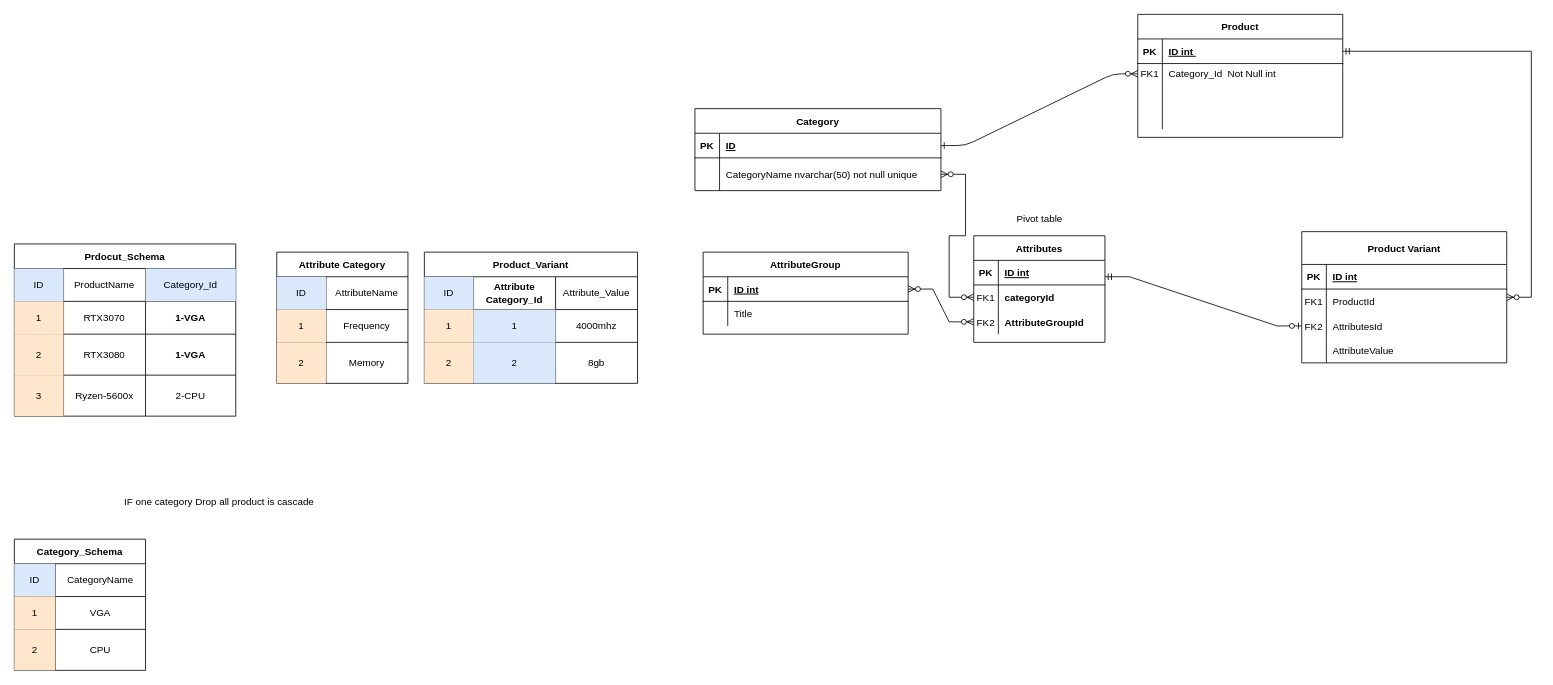
Above: Untitled Diagram.drawio in MajidRad/Diagrams (draw.io), before the change. Source tidied: cells renumbered, new cells numbered last; positions are measured from the earlier drawing's top-left corner, leaving out a move shared by most shapes. Both pictures are drawn from the tidied source at 82%, with x=0, y=0 at pixel (14, 14).
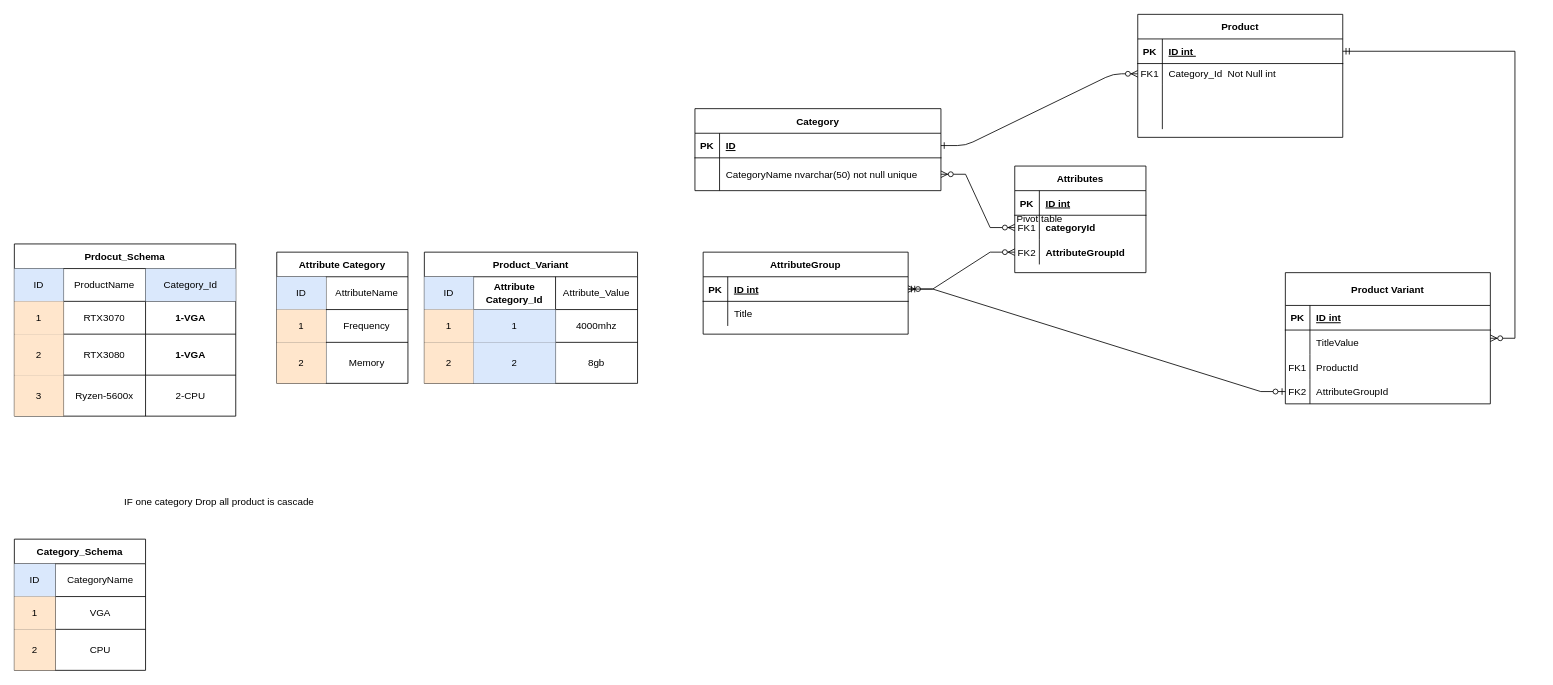
Above is the later version.

The change refers to these unchanged cells:
```xml
<mxCell id="21" style="shape=partialRectangle;fillColor=none;points=[[0,0.5],[1,0.5]];portConstraint=eastwest;top=0;left=0;right=0;bottom=1;" parent="20" vertex="1">
  <mxGeometry y="30" width="250" height="30" as="geometry" />
</mxCell>
```

Change to the diagram source:
```diff
@@
     <mxCell id="78" value="Product Variant" style="shape=table;startSize=40;childLayout=tableLayout;rowLines=0;fontStyle=1;align=center;" parent="1" vertex="1">
-      <mxGeometry x="1570" y="265" width="250" height="160" as="geometry" />
+      <mxGeometry x="1550" y="315" width="250" height="160" as="geometry" />
     </mxCell>
@@
+    <mxCell id="88" style="shape=partialRectangle;fillColor=none;top=0;left=0;right=0;bottom=0;" parent="78" vertex="1">
+      <mxGeometry y="70" width="250" height="30" as="geometry" />
+    </mxCell>
+    <mxCell id="89" style="shape=partialRectangle;overflow=hidden;fillColor=none;top=0;left=0;bottom=0;right=0;" parent="88" vertex="1">
+      <mxGeometry width="30" height="30" as="geometry" />
+    </mxCell>
+    <mxCell id="90" value="TitleValue" style="shape=partialRectangle;overflow=hidden;fillColor=none;top=0;left=0;bottom=0;right=0;align=left;spacingLeft=6;" parent="88" vertex="1">
+      <mxGeometry x="30" width="220" height="30" as="geometry" />
+    </mxCell>
     <mxCell id="82" style="shape=partialRectangle;fillColor=none;top=0;left=0;right=0;bottom=0;" parent="78" vertex="1">
-      <mxGeometry y="70" width="250" height="30" as="geometry" />
+      <mxGeometry y="100" width="250" height="30" as="geometry" />
     </mxCell>
@@
     <mxCell id="85" style="shape=partialRectangle;fillColor=none;points=[[0,0.5],[1,0.5]];portConstraint=eastwest;top=0;left=0;right=0;bottom=0;" parent="78" vertex="1">
-      <mxGeometry y="100" width="250" height="30" as="geometry" />
+      <mxGeometry y="130" width="250" height="30" as="geometry" />
     </mxCell>
@@
-    <mxCell id="87" value="AttributesId" style="shape=partialRectangle;overflow=hidden;fillColor=none;top=0;left=0;bottom=0;right=0;align=left;spacingLeft=6;" parent="85" vertex="1">
+    <mxCell id="87" value="AttributeGroupId" style="shape=partialRectangle;overflow=hidden;fillColor=none;top=0;left=0;bottom=0;right=0;align=left;spacingLeft=6;" parent="85" vertex="1">
       <mxGeometry x="30" width="220" height="30" as="geometry" />
     </mxCell>
-    <mxCell id="88" style="shape=partialRectangle;fillColor=none;top=0;left=0;right=0;bottom=0;" parent="78" vertex="1">
-      <mxGeometry y="130" width="250" height="30" as="geometry" />
-    </mxCell>
-    <mxCell id="89" style="shape=partialRectangle;overflow=hidden;fillColor=none;top=0;left=0;bottom=0;right=0;" parent="88" vertex="1">
-      <mxGeometry width="30" height="30" as="geometry" />
-    </mxCell>
-    <mxCell id="90" value="AttributeValue" style="shape=partialRectangle;overflow=hidden;fillColor=none;top=0;left=0;bottom=0;right=0;align=left;spacingLeft=6;" parent="88" vertex="1">
-      <mxGeometry x="30" width="220" height="30" as="geometry" />
-    </mxCell>
@@
     <mxCell id="92" value="Attributes" style="shape=table;startSize=30;childLayout=tableLayout;rowLines=0;fontStyle=1;align=center;" parent="1" vertex="1">
-      <mxGeometry x="1170" y="270" width="160" height="130" as="geometry" />
+      <mxGeometry x="1220" y="185" width="160" height="130" as="geometry" />
     </mxCell>
@@
-    <mxCell id="105" style="edgeStyle=entityRelationEdgeStyle;fontSize=12;html=1;endArrow=ERzeroToOne;startArrow=ERmandOne;rounded=0;entryX=0;entryY=0.5;entryDx=0;entryDy=0;" parent="1" edge="1" target="85">
-      <mxGeometry relative="1" as="geometry">
-        <mxPoint x="1330" y="320" as="sourcePoint" />
-      </mxGeometry>
-    </mxCell>
+    <mxCell id="106" style="edgeStyle=entityRelationEdgeStyle;fontSize=12;html=1;endArrow=ERzeroToOne;startArrow=ERmandOne;rounded=0;exitX=1;exitY=0.5;exitDx=0;exitDy=0;entryX=0;entryY=0.5;entryDx=0;entryDy=0;" parent="1" edge="1" source="21" target="85">
+      <mxGeometry relative="1" as="geometry" />
+    </mxCell>
```
